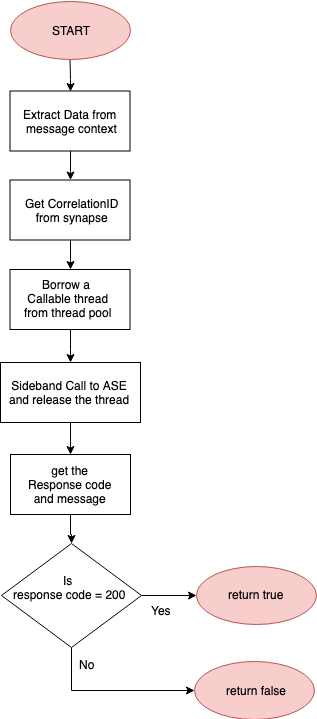
Before: images/syncFlow.png, a diagram exported from draw.io (wso2-extensions/apim-handler-pingai). Source tidied: cells renumbered, new cells last; positions are measured from the earlier drawing's top-left corner, leaving out a move shared by most shapes. The source it was exported from:
```xml
<mxGraphModel>
  <root>
    <mxCell id="0" />
    <mxCell id="1" parent="0" />
    <mxCell id="2" style="edgeStyle=orthogonalEdgeStyle;rounded=0;jettySize=auto;html=1;entryX=0.5;entryY=0;entryDx=0;entryDy=0;" parent="1" edge="1" source="3">
      <mxGeometry relative="1" as="geometry">
        <mxPoint x="70" y="178.5" as="targetPoint" />
      </mxGeometry>
    </mxCell>
    <mxCell id="3" style="rounded=0;whiteSpace=wrap;html=1;" parent="1" vertex="1">
      <mxGeometry x="9.5" y="89.5" width="120" height="60" as="geometry" />
    </mxCell>
    <mxCell id="4" value="&lt;div style=&quot;text-align: center&quot;&gt;Extract Data from&amp;nbsp;&lt;/div&gt;&lt;div style=&quot;text-align: center&quot;&gt;message context&lt;/div&gt;" style="text;html=1;align=left;verticalAlign=top;spacingTop=-4;" parent="1" vertex="1">
      <mxGeometry x="20.5" y="103.5" width="110" height="30" as="geometry" />
    </mxCell>
    <mxCell id="5" style="edgeStyle=orthogonalEdgeStyle;rounded=0;jettySize=auto;html=1;exitX=0.5;exitY=1;exitDx=0;exitDy=0;entryX=0;entryY=0.5;entryDx=0;entryDy=0;" parent="1" edge="1" source="7" target="17">
      <mxGeometry relative="1" as="geometry" />
    </mxCell>
    <mxCell id="6" style="edgeStyle=orthogonalEdgeStyle;rounded=0;jettySize=auto;html=1;entryX=0;entryY=0.5;entryDx=0;entryDy=0;" parent="1" edge="1" source="7" target="15">
      <mxGeometry relative="1" as="geometry" />
    </mxCell>
    <mxCell id="7" style="rhombus;whiteSpace=wrap;html=1;" parent="1" vertex="1">
      <mxGeometry x="1" y="542" width="140" height="104" as="geometry" />
    </mxCell>
    <mxCell id="8" style="edgeStyle=orthogonalEdgeStyle;rounded=0;jettySize=auto;html=1;entryX=0.5;entryY=0;entryDx=0;entryDy=0;" parent="1" edge="1" source="9">
      <mxGeometry relative="1" as="geometry">
        <mxPoint x="70" y="268" as="targetPoint" />
      </mxGeometry>
    </mxCell>
    <mxCell id="9" style="rounded=0;whiteSpace=wrap;html=1;" parent="1" vertex="1">
      <mxGeometry x="9.5" y="178.5" width="120" height="60" as="geometry" />
    </mxCell>
    <mxCell id="10" value="&lt;div style=&quot;text-align: center&quot;&gt;Get CorrelationID&lt;/div&gt;&lt;div style=&quot;text-align: center&quot;&gt;from synapse&lt;/div&gt;" style="text;html=1;align=left;verticalAlign=top;spacingTop=-4;" parent="1" vertex="1">
      <mxGeometry x="23" y="193" width="110" height="30" as="geometry" />
    </mxCell>
    <mxCell id="11" style="edgeStyle=orthogonalEdgeStyle;rounded=0;jettySize=auto;html=1;entryX=0.5;entryY=0;entryDx=0;entryDy=0;" parent="1" edge="1" source="12" target="24">
      <mxGeometry relative="1" as="geometry" />
    </mxCell>
    <mxCell id="12" style="rounded=0;whiteSpace=wrap;html=1;" parent="1" vertex="1">
      <mxGeometry x="9.5" y="268" width="120" height="60" as="geometry" />
    </mxCell>
    <mxCell id="13" value="&lt;div style=&quot;text-align: center&quot;&gt;Borrow a&amp;nbsp;&lt;/div&gt;&lt;div style=&quot;text-align: center&quot;&gt;Callable&amp;nbsp;&lt;span&gt;thread&lt;/span&gt;&lt;/div&gt;&lt;div style=&quot;text-align: center&quot;&gt;from thread pool&lt;/div&gt;" style="text;html=1;align=left;verticalAlign=top;spacingTop=-4;" parent="1" vertex="1">
      <mxGeometry x="22" y="274" width="100" height="40" as="geometry" />
    </mxCell>
    <mxCell id="14" value="&lt;div style=&quot;text-align: center&quot;&gt;Is&amp;nbsp;&lt;/div&gt;&lt;div style=&quot;text-align: center&quot;&gt;response code = 200&lt;/div&gt;" style="text;html=1;align=left;verticalAlign=top;spacingTop=-4;" parent="1" vertex="1">
      <mxGeometry x="11" y="570" width="130" height="30" as="geometry" />
    </mxCell>
    <mxCell id="15" style="ellipse;whiteSpace=wrap;html=1;fillColor=#f8cecc;strokeColor=#b85450;" parent="1" vertex="1">
      <mxGeometry x="196" y="565" width="120" height="58" as="geometry" />
    </mxCell>
    <mxCell id="16" value="&lt;div style=&quot;text-align: center&quot;&gt;return true&lt;/div&gt;" style="text;html=1;align=left;verticalAlign=top;spacingTop=-4;" parent="1" vertex="1">
      <mxGeometry x="226" y="584" width="70" height="20" as="geometry" />
    </mxCell>
    <mxCell id="17" style="ellipse;whiteSpace=wrap;html=1;fillColor=#f8cecc;strokeColor=#b85450;" parent="1" vertex="1">
      <mxGeometry x="194" y="659.5" width="120" height="58" as="geometry" />
    </mxCell>
    <mxCell id="18" value="&lt;div style=&quot;text-align: center&quot;&gt;return false&lt;/div&gt;" style="text;html=1;align=left;verticalAlign=top;spacingTop=-4;" parent="1" vertex="1">
      <mxGeometry x="224" y="679.5" width="80" height="20" as="geometry" />
    </mxCell>
    <mxCell id="19" value="Yes" style="text;html=1;align=left;verticalAlign=top;spacingTop=-4;" parent="1" vertex="1">
      <mxGeometry x="148.5" y="600" width="40" height="20" as="geometry" />
    </mxCell>
    <mxCell id="20" value="No" style="text;html=1;align=left;verticalAlign=top;spacingTop=-4;" parent="1" vertex="1">
      <mxGeometry x="76.5" y="654" width="30" height="20" as="geometry" />
    </mxCell>
    <mxCell id="21" style="edgeStyle=orthogonalEdgeStyle;rounded=0;jettySize=auto;html=1;entryX=0.5;entryY=0;entryDx=0;entryDy=0;" parent="1" edge="1" source="22" target="3">
      <mxGeometry relative="1" as="geometry" />
    </mxCell>
    <mxCell id="22" value="START" style="ellipse;whiteSpace=wrap;html=1;fillColor=#f8cecc;strokeColor=#b85450;" parent="1" vertex="1">
      <mxGeometry x="9.5" y="-0.5" width="120" height="58" as="geometry" />
    </mxCell>
    <mxCell id="23" style="edgeStyle=orthogonalEdgeStyle;rounded=0;jettySize=auto;html=1;entryX=0.5;entryY=0;entryDx=0;entryDy=0;" parent="1" edge="1" source="24" target="27">
      <mxGeometry relative="1" as="geometry" />
    </mxCell>
    <mxCell id="24" style="rounded=0;whiteSpace=wrap;html=1;" parent="1" vertex="1">
      <mxGeometry y="361" width="140" height="60" as="geometry" />
    </mxCell>
    <mxCell id="25" value="&lt;div style=&quot;text-align: center&quot;&gt;Sideband Call to ASE&lt;/div&gt;&lt;div style=&quot;text-align: center&quot;&gt;and release the thread&lt;/div&gt;" style="text;html=1;align=left;verticalAlign=top;spacingTop=-4;" parent="1" vertex="1">
      <mxGeometry x="7" y="374.5" width="140" height="30" as="geometry" />
    </mxCell>
    <mxCell id="26" style="edgeStyle=orthogonalEdgeStyle;rounded=0;jettySize=auto;html=1;entryX=0.5;entryY=0;entryDx=0;entryDy=0;" parent="1" edge="1" source="27" target="7">
      <mxGeometry relative="1" as="geometry" />
    </mxCell>
    <mxCell id="27" style="rounded=0;whiteSpace=wrap;html=1;" parent="1" vertex="1">
      <mxGeometry x="10" y="453" width="120" height="60" as="geometry" />
    </mxCell>
    <mxCell id="28" value="&lt;div style=&quot;text-align: center&quot;&gt;&amp;nbsp;get the&amp;nbsp;&lt;/div&gt;&lt;div style=&quot;text-align: center&quot;&gt;Response code&lt;/div&gt;&lt;div style=&quot;text-align: center&quot;&gt;and message&lt;/div&gt;" style="text;html=1;align=left;verticalAlign=top;spacingTop=-4;" parent="1" vertex="1">
      <mxGeometry x="26" y="459.5" width="100" height="40" as="geometry" />
    </mxCell>
  </root>
</mxGraphModel>
```
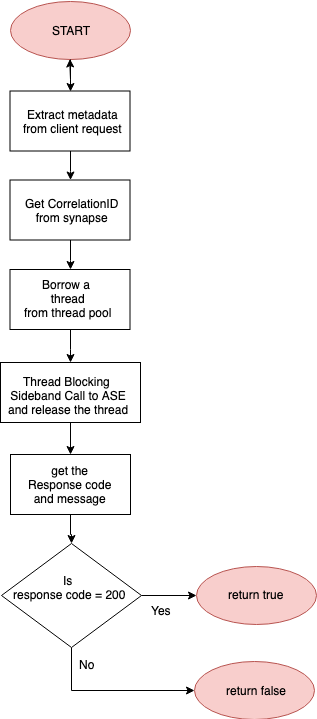
After the commit.

Commit message:
flow charts updated, defualt configurations changed, carbon.apimgt.verion added to import packages in pom

Diff of the diagram source:
```diff
@@ -10,7 +10,7 @@
     <mxCell id="3" style="rounded=0;whiteSpace=wrap;html=1;" parent="1" vertex="1">
       <mxGeometry x="9.5" y="89.5" width="120" height="60" as="geometry" />
     </mxCell>
-    <mxCell id="4" value="&lt;div style=&quot;text-align: center&quot;&gt;Extract Data from&amp;nbsp;&lt;/div&gt;&lt;div style=&quot;text-align: center&quot;&gt;message context&lt;/div&gt;" style="text;html=1;align=left;verticalAlign=top;spacingTop=-4;" parent="1" vertex="1">
+    <mxCell id="4" value="&lt;div style=&quot;text-align: center&quot;&gt;&lt;div&gt;Extract metadata&lt;/div&gt;&lt;div&gt;from client request&lt;/div&gt;&lt;/div&gt;" style="text;html=1;align=left;verticalAlign=top;spacingTop=-4;" parent="1" vertex="1">
       <mxGeometry x="20.5" y="103.5" width="110" height="30" as="geometry" />
     </mxCell>
     <mxCell id="5" style="edgeStyle=orthogonalEdgeStyle;rounded=0;jettySize=auto;html=1;exitX=0.5;exitY=1;exitDx=0;exitDy=0;entryX=0;entryY=0.5;entryDx=0;entryDy=0;" parent="1" edge="1" source="7" target="17">
@@ -39,7 +39,7 @@
     <mxCell id="12" style="rounded=0;whiteSpace=wrap;html=1;" parent="1" vertex="1">
       <mxGeometry x="9.5" y="268" width="120" height="60" as="geometry" />
     </mxCell>
-    <mxCell id="13" value="&lt;div style=&quot;text-align: center&quot;&gt;Borrow a&amp;nbsp;&lt;/div&gt;&lt;div style=&quot;text-align: center&quot;&gt;Callable&amp;nbsp;&lt;span&gt;thread&lt;/span&gt;&lt;/div&gt;&lt;div style=&quot;text-align: center&quot;&gt;from thread pool&lt;/div&gt;" style="text;html=1;align=left;verticalAlign=top;spacingTop=-4;" parent="1" vertex="1">
+    <mxCell id="13" value="&lt;div style=&quot;text-align: center&quot;&gt;Borrow a&amp;nbsp;&lt;/div&gt;&lt;div style=&quot;text-align: center&quot;&gt;&lt;span&gt;thread&lt;/span&gt;&lt;/div&gt;&lt;div style=&quot;text-align: center&quot;&gt;from thread pool&lt;/div&gt;" style="text;html=1;align=left;verticalAlign=top;spacingTop=-4;" parent="1" vertex="1">
       <mxGeometry x="22" y="274" width="100" height="40" as="geometry" />
     </mxCell>
     <mxCell id="14" value="&lt;div style=&quot;text-align: center&quot;&gt;Is&amp;nbsp;&lt;/div&gt;&lt;div style=&quot;text-align: center&quot;&gt;response code = 200&lt;/div&gt;" style="text;html=1;align=left;verticalAlign=top;spacingTop=-4;" parent="1" vertex="1">
@@ -75,8 +75,8 @@
     <mxCell id="24" style="rounded=0;whiteSpace=wrap;html=1;" parent="1" vertex="1">
       <mxGeometry y="361" width="140" height="60" as="geometry" />
     </mxCell>
-    <mxCell id="25" value="&lt;div style=&quot;text-align: center&quot;&gt;Sideband Call to ASE&lt;/div&gt;&lt;div style=&quot;text-align: center&quot;&gt;and release the thread&lt;/div&gt;" style="text;html=1;align=left;verticalAlign=top;spacingTop=-4;" parent="1" vertex="1">
-      <mxGeometry x="7" y="374.5" width="140" height="30" as="geometry" />
+    <mxCell id="25" value="&lt;div style=&quot;text-align: center&quot;&gt;&lt;div&gt;Thread Blocking&amp;nbsp;&lt;/div&gt;&lt;div&gt;Sideband Call to ASE&lt;/div&gt;&lt;div&gt;and release the thread&lt;/div&gt;&lt;/div&gt;" style="text;html=1;align=left;verticalAlign=top;spacingTop=-4;" parent="1" vertex="1">
+      <mxGeometry x="6" y="371" width="140" height="40" as="geometry" />
     </mxCell>
     <mxCell id="26" style="edgeStyle=orthogonalEdgeStyle;rounded=0;jettySize=auto;html=1;entryX=0.5;entryY=0;entryDx=0;entryDy=0;" parent="1" edge="1" source="27" target="7">
       <mxGeometry relative="1" as="geometry" />
@@ -87,5 +87,8 @@
     <mxCell id="28" value="&lt;div style=&quot;text-align: center&quot;&gt;&amp;nbsp;get the&amp;nbsp;&lt;/div&gt;&lt;div style=&quot;text-align: center&quot;&gt;Response code&lt;/div&gt;&lt;div style=&quot;text-align: center&quot;&gt;and message&lt;/div&gt;" style="text;html=1;align=left;verticalAlign=top;spacingTop=-4;" parent="1" vertex="1">
       <mxGeometry x="26" y="459.5" width="100" height="40" as="geometry" />
     </mxCell>
+    <mxCell id="29" style="edgeStyle=orthogonalEdgeStyle;rounded=0;orthogonalLoop=1;jettySize=auto;html=1;exitX=0.5;exitY=1;exitDx=0;exitDy=0;" parent="1" edge="1" source="22" target="22">
+      <mxGeometry relative="1" as="geometry" />
+    </mxCell>
   </root>
 </mxGraphModel>
```
